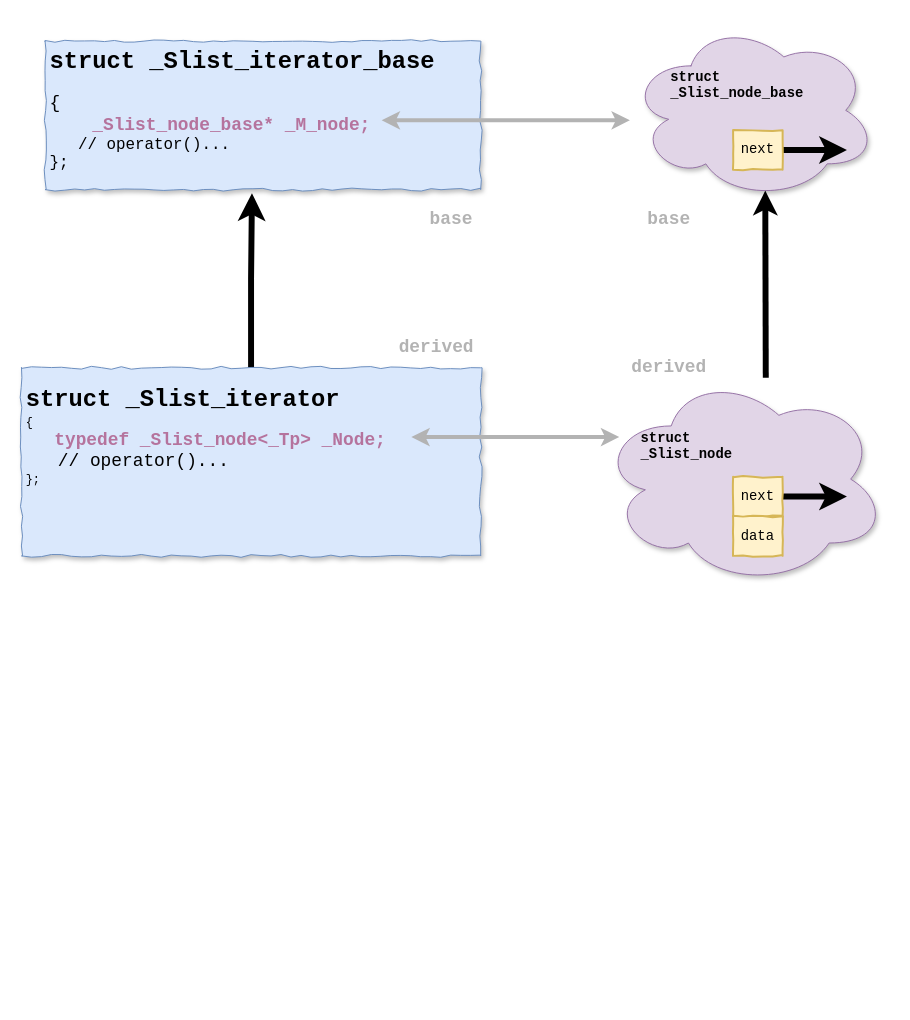
Above: BlogImages/STL/slist-node-and-iterator.drawio in JoyChenNo1/JoyChenNo1.github.io (draw.io), before the change. Source tidied: cells renumbered, new cells numbered last; positions are measured from the earlier drawing's top-left corner, leaving out a move shared by most shapes. Both pictures are drawn from the tidied source at 99%, with x=0, y=0 at pixel (21, 21).
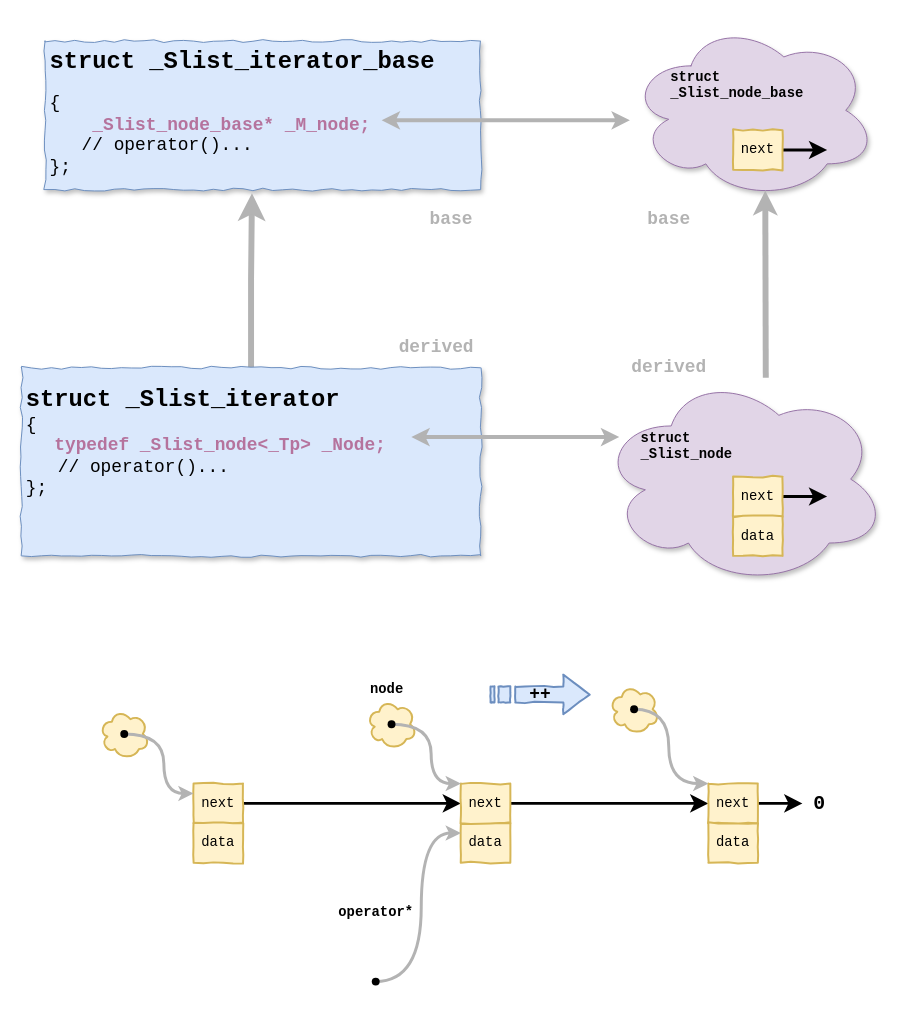
The same page after the edit.

Unchanged cells that the change refers to:
```xml
<mxCell id="7" value="&lt;blockquote style=&quot;margin: 0 0 0 40px ; border: none ; padding: 0px&quot;&gt;&lt;font face=&quot;Courier New&quot; style=&quot;font-size: 14px&quot;&gt;&lt;b&gt;struct&lt;br&gt; _Slist_node_base&lt;/b&gt;&lt;/font&gt;&lt;/blockquote&gt;&lt;blockquote style=&quot;margin: 0 0 0 40px ; border: none ; padding: 0px&quot;&gt;&lt;font face=&quot;Courier New&quot; style=&quot;font-size: 14px&quot;&gt;&lt;b&gt;&lt;br&gt;&lt;/b&gt;&lt;/font&gt;&lt;/blockquote&gt;&lt;blockquote style=&quot;margin: 0 0 0 40px ; border: none ; padding: 0px&quot;&gt;&lt;font face=&quot;Courier New&quot; style=&quot;font-size: 14px&quot;&gt;&lt;b&gt;&lt;br&gt;&lt;/b&gt;&lt;/font&gt;&lt;/blockquote&gt;&lt;blockquote style=&quot;margin: 0 0 0 40px ; border: none ; padding: 0px&quot;&gt;&lt;font face=&quot;Courier New&quot; style=&quot;font-size: 14px&quot;&gt;&lt;b&gt;&lt;br&gt;&lt;/b&gt;&lt;/font&gt;&lt;/blockquote&gt;" style="ellipse;shape=cloud;whiteSpace=wrap;html=1;rounded=1;shadow=1;glass=0;align=left;fillColor=#e1d5e7;strokeColor=#9673a6;comic=1;jiggle=4;" parent="1" vertex="1">
  <mxGeometry x="614" width="250" height="180" as="geometry" />
</mxCell>
<mxCell id="9" value="&lt;font face=&quot;Courier New&quot; style=&quot;font-size: 14px&quot;&gt;next&lt;/font&gt;" style="rounded=0;whiteSpace=wrap;html=1;shadow=0;glass=0;fillColor=#fff2cc;strokeColor=#d6b656;strokeWidth=2;comic=1;jiggle=2;" parent="1" vertex="1">
  <mxGeometry x="719" y="110" width="50" height="40" as="geometry" />
</mxCell>
<mxCell id="14" value="&lt;font face=&quot;Courier New&quot; style=&quot;font-size: 14px&quot;&gt;next&lt;/font&gt;" style="rounded=0;whiteSpace=wrap;html=1;shadow=0;glass=0;fillColor=#fff2cc;strokeColor=#d6b656;strokeWidth=2;comic=1;jiggle=2;" parent="1" vertex="1">
  <mxGeometry x="719" y="460" width="50" height="40" as="geometry" />
</mxCell>
```

Change to the diagram source:
```diff
@@
-    <mxCell id="2" value="&lt;h1&gt;&lt;font face=&quot;Courier New&quot;&gt;struct _Slist_iterator_base&amp;nbsp;&lt;/font&gt;&lt;/h1&gt;&lt;div&gt;&lt;font face=&quot;Courier New&quot; style=&quot;font-size: 18px&quot;&gt;{&lt;/font&gt;&lt;b style=&quot;font-size: 18px ; font-family: &amp;#34;courier new&amp;#34;&quot;&gt;&amp;nbsp;&lt;/b&gt;&lt;/div&gt;&lt;font color=&quot;#b5739d&quot; face=&quot;Courier New&quot;&gt;&lt;span style=&quot;font-size: 18px&quot;&gt;&lt;b&gt;&amp;nbsp; &amp;nbsp; _Slist_node_base* _M_node;&lt;/b&gt;&lt;/span&gt;&lt;/font&gt;&lt;div&gt;&lt;font face=&quot;Courier New&quot; size=&quot;3&quot;&gt;&amp;nbsp; &amp;nbsp;// operator()...&lt;br&gt;&lt;/font&gt;&lt;/div&gt;&lt;div&gt;&lt;font face=&quot;Courier New&quot; size=&quot;3&quot;&gt;};&lt;/font&gt;&lt;/div&gt;" style="text;html=1;strokeColor=#6c8ebf;fillColor=#dae8fc;spacing=5;spacingTop=-20;whiteSpace=wrap;overflow=hidden;rounded=0;shadow=1;glass=0;comic=1;jiggle=3;" parent="1" vertex="1">
+    <mxCell id="2" value="&lt;h1&gt;&lt;font face=&quot;Courier New&quot;&gt;struct _Slist_iterator_base&amp;nbsp;&lt;/font&gt;&lt;/h1&gt;&lt;div&gt;&lt;font face=&quot;Courier New&quot; style=&quot;font-size: 18px&quot;&gt;{&lt;/font&gt;&lt;b style=&quot;font-size: 18px ; font-family: &amp;#34;courier new&amp;#34;&quot;&gt;&amp;nbsp;&lt;/b&gt;&lt;/div&gt;&lt;font color=&quot;#b5739d&quot; face=&quot;Courier New&quot;&gt;&lt;span style=&quot;font-size: 18px&quot;&gt;&lt;b&gt;&amp;nbsp; &amp;nbsp; _Slist_node_base* _M_node;&lt;/b&gt;&lt;/span&gt;&lt;/font&gt;&lt;div&gt;&lt;font face=&quot;Courier New&quot; style=&quot;font-size: 18px&quot;&gt;&amp;nbsp; &amp;nbsp;// operator()...&lt;br&gt;&lt;/font&gt;&lt;/div&gt;&lt;div&gt;&lt;font face=&quot;Courier New&quot; style=&quot;font-size: 18px&quot;&gt;};&lt;/font&gt;&lt;/div&gt;" style="text;html=1;strokeColor=#6c8ebf;fillColor=#dae8fc;spacing=5;spacingTop=-20;whiteSpace=wrap;overflow=hidden;rounded=0;shadow=1;glass=0;comic=1;jiggle=3;" parent="1" vertex="1">
       <mxGeometry x="24" y="20" width="440" height="150" as="geometry" />
     </mxCell>
-    <mxCell id="3" style="edgeStyle=orthogonalEdgeStyle;rounded=0;jettySize=auto;html=1;entryX=0.475;entryY=1.024;entryDx=0;entryDy=0;endSize=9;strokeWidth=6;entryPerimeter=0;" parent="1" edge="1" source="4" target="2">
+    <mxCell id="3" style="edgeStyle=orthogonalEdgeStyle;rounded=0;jettySize=auto;html=1;entryX=0.475;entryY=1.024;entryDx=0;entryDy=0;endSize=9;strokeWidth=6;entryPerimeter=0;strokeColor=#B3B3B3;" parent="1" edge="1" source="4" target="2">
       <mxGeometry relative="1" as="geometry" />
     </mxCell>
-    <mxCell id="4" value="&lt;font face=&quot;Courier New&quot;&gt;&lt;span style=&quot;font-size: 24px&quot;&gt;&lt;b&gt;&lt;br&gt;struct _Slist_iterator&lt;br&gt;&lt;/b&gt;&lt;/span&gt;&lt;/font&gt;&lt;div&gt;&lt;font face=&quot;Courier New&quot;&gt;{&lt;/font&gt;&lt;/div&gt;&lt;div&gt;&lt;font face=&quot;Courier New&quot;&gt;&lt;b&gt;&amp;nbsp; &amp;nbsp; &lt;font style=&quot;font-size: 18px&quot; color=&quot;#b5739d&quot;&gt;typedef _Slist_node&amp;lt;_Tp&amp;gt; _Node;&lt;/font&gt;&lt;/b&gt;&lt;/font&gt;&lt;br&gt;&lt;/div&gt;&lt;div&gt;&lt;font face=&quot;Courier New&quot;&gt;&lt;b&gt;&amp;nbsp; &amp;nbsp;&lt;/b&gt;&lt;font style=&quot;font-size: 18px&quot;&gt; // operator()...&lt;/font&gt;&lt;/font&gt;&lt;/div&gt;&lt;div&gt;&lt;font face=&quot;Courier New&quot;&gt;};&lt;/font&gt;&lt;/div&gt;" style="text;html=1;strokeColor=#6c8ebf;fillColor=#dae8fc;spacing=5;spacingTop=-20;whiteSpace=wrap;overflow=hidden;rounded=0;shadow=1;glass=0;comic=1;jiggle=3;" parent="1" vertex="1">
+    <mxCell id="4" value="&lt;font face=&quot;Courier New&quot;&gt;&lt;span style=&quot;font-size: 24px&quot;&gt;&lt;b&gt;&lt;br&gt;struct _Slist_iterator&lt;br&gt;&lt;/b&gt;&lt;/span&gt;&lt;/font&gt;&lt;div&gt;&lt;font face=&quot;Courier New&quot; style=&quot;font-size: 18px&quot;&gt;{&lt;/font&gt;&lt;/div&gt;&lt;div&gt;&lt;font face=&quot;Courier New&quot;&gt;&lt;b&gt;&amp;nbsp; &amp;nbsp; &lt;font style=&quot;font-size: 18px&quot; color=&quot;#b5739d&quot;&gt;typedef _Slist_node&amp;lt;_Tp&amp;gt; _Node;&lt;/font&gt;&lt;/b&gt;&lt;/font&gt;&lt;br&gt;&lt;/div&gt;&lt;div&gt;&lt;font face=&quot;Courier New&quot;&gt;&lt;b&gt;&amp;nbsp; &amp;nbsp;&lt;/b&gt;&lt;font style=&quot;font-size: 18px&quot;&gt; // operator()...&lt;/font&gt;&lt;/font&gt;&lt;/div&gt;&lt;div&gt;&lt;font face=&quot;Courier New&quot; style=&quot;font-size: 18px&quot;&gt;};&lt;/font&gt;&lt;/div&gt;" style="text;html=1;strokeColor=#6c8ebf;fillColor=#dae8fc;spacing=5;spacingTop=-20;whiteSpace=wrap;overflow=hidden;rounded=0;shadow=1;glass=0;comic=1;jiggle=3;" parent="1" vertex="1">
       <mxGeometry x="0.2" y="350" width="463.8" height="190" as="geometry" />
     </mxCell>
@@
-    <mxCell id="8" style="edgeStyle=orthogonalEdgeStyle;rounded=0;jettySize=auto;html=1;exitX=1;exitY=0.5;exitDx=0;exitDy=0;endSize=9;strokeWidth=6;fillColor=#dae8fc;" parent="1" edge="1" source="9">
+    <mxCell id="8" style="edgeStyle=orthogonalEdgeStyle;rounded=0;jettySize=auto;html=1;exitX=1;exitY=0.5;exitDx=0;exitDy=0;endSize=9;strokeWidth=3;fillColor=#dae8fc;" parent="1" edge="1" source="9">
       <mxGeometry relative="1" as="geometry">
-        <mxPoint x="834" y="130" as="targetPoint" />
+        <mxPoint x="814" y="130" as="targetPoint" />
       </mxGeometry>
     </mxCell>
@@
-    <mxCell id="11" style="rounded=0;jettySize=auto;html=1;entryX=0.55;entryY=0.95;entryDx=0;entryDy=0;entryPerimeter=0;strokeWidth=6;" parent="1" edge="1" target="7">
+    <mxCell id="11" style="rounded=0;jettySize=auto;html=1;entryX=0.55;entryY=0.95;entryDx=0;entryDy=0;entryPerimeter=0;strokeWidth=6;strokeColor=#B3B3B3;" parent="1" edge="1" target="7">
       <mxGeometry relative="1" as="geometry">
         <mxPoint x="752" y="360" as="sourcePoint" />
       </mxGeometry>
     </mxCell>
@@
-    <mxCell id="13" style="edgeStyle=orthogonalEdgeStyle;rounded=0;jettySize=auto;html=1;exitX=1;exitY=0.5;exitDx=0;exitDy=0;endSize=9;strokeWidth=6;" parent="1" edge="1" source="14">
+    <mxCell id="13" style="edgeStyle=orthogonalEdgeStyle;rounded=0;jettySize=auto;html=1;exitX=1;exitY=0.5;exitDx=0;exitDy=0;endSize=9;strokeWidth=3;" parent="1" edge="1" source="14">
       <mxGeometry relative="1" as="geometry">
-        <mxPoint x="834" y="480" as="targetPoint" />
+        <mxPoint x="814" y="480" as="targetPoint" />
       </mxGeometry>
     </mxCell>
@@
+    <mxCell id="19" style="edgeStyle=orthogonalEdgeStyle;rounded=0;jettySize=auto;html=1;exitX=1;exitY=0.5;exitDx=0;exitDy=0;endSize=9;strokeWidth=3;entryX=0;entryY=0.5;entryDx=0;entryDy=0;" parent="1" edge="1" source="20" target="23">
+      <mxGeometry relative="1" as="geometry" />
+    </mxCell>
+    <mxCell id="20" value="&lt;font face=&quot;Courier New&quot; style=&quot;font-size: 14px&quot;&gt;next&lt;/font&gt;" style="rounded=0;whiteSpace=wrap;html=1;shadow=0;glass=0;fillColor=#fff2cc;strokeColor=#d6b656;strokeWidth=2;comic=1;jiggle=2;" parent="1" vertex="1">
+      <mxGeometry x="174" y="770" width="50" height="40" as="geometry" />
+    </mxCell>
+    <mxCell id="21" value="&lt;font face=&quot;Courier New&quot; style=&quot;font-size: 14px&quot;&gt;data&lt;/font&gt;" style="rounded=0;whiteSpace=wrap;html=1;shadow=0;glass=0;fillColor=#fff2cc;strokeColor=#d6b656;strokeWidth=2;comic=1;jiggle=2;" parent="1" vertex="1">
+      <mxGeometry x="174" y="810" width="50" height="40" as="geometry" />
+    </mxCell>
+    <mxCell id="22" style="edgeStyle=orthogonalEdgeStyle;rounded=0;jettySize=auto;html=1;exitX=1;exitY=0.5;exitDx=0;exitDy=0;endSize=9;strokeWidth=3;entryX=0;entryY=0.5;entryDx=0;entryDy=0;" parent="1" edge="1" source="23" target="26">
+      <mxGeometry relative="1" as="geometry" />
+    </mxCell>
+    <mxCell id="23" value="&lt;font face=&quot;Courier New&quot; style=&quot;font-size: 14px&quot;&gt;next&lt;/font&gt;" style="rounded=0;whiteSpace=wrap;html=1;shadow=0;glass=0;fillColor=#fff2cc;strokeColor=#d6b656;strokeWidth=2;comic=1;jiggle=2;" parent="1" vertex="1">
+      <mxGeometry x="444" y="770" width="50" height="40" as="geometry" />
+    </mxCell>
+    <mxCell id="24" value="&lt;font face=&quot;Courier New&quot; style=&quot;font-size: 14px&quot;&gt;data&lt;/font&gt;" style="rounded=0;whiteSpace=wrap;html=1;shadow=0;glass=0;fillColor=#fff2cc;strokeColor=#d6b656;strokeWidth=2;comic=1;jiggle=2;" parent="1" vertex="1">
+      <mxGeometry x="444" y="810" width="50" height="40" as="geometry" />
+    </mxCell>
+    <mxCell id="25" style="edgeStyle=orthogonalEdgeStyle;rounded=0;jettySize=auto;html=1;exitX=1;exitY=0.5;exitDx=0;exitDy=0;endSize=9;strokeWidth=3;" parent="1" edge="1" source="26">
+      <mxGeometry relative="1" as="geometry">
+        <mxPoint x="789" y="790" as="targetPoint" />
+      </mxGeometry>
+    </mxCell>
+    <mxCell id="26" value="&lt;font face=&quot;Courier New&quot; style=&quot;font-size: 14px&quot;&gt;next&lt;/font&gt;" style="rounded=0;whiteSpace=wrap;html=1;shadow=0;glass=0;fillColor=#fff2cc;strokeColor=#d6b656;strokeWidth=2;comic=1;jiggle=2;" parent="1" vertex="1">
+      <mxGeometry x="694" y="770" width="50" height="40" as="geometry" />
+    </mxCell>
+    <mxCell id="27" value="&lt;font face=&quot;Courier New&quot; style=&quot;font-size: 14px&quot;&gt;data&lt;/font&gt;" style="rounded=0;whiteSpace=wrap;html=1;shadow=0;glass=0;fillColor=#fff2cc;strokeColor=#d6b656;strokeWidth=2;comic=1;jiggle=2;" parent="1" vertex="1">
+      <mxGeometry x="694" y="810" width="50" height="40" as="geometry" />
+    </mxCell>
+    <mxCell id="28" style="ellipse;shape=cloud;whiteSpace=wrap;html=1;rounded=0;shadow=0;glass=0;comic=1;jiggle=2;strokeWidth=2;fillColor=#fff2cc;strokeColor=#d6b656;" parent="1" vertex="1">
+      <mxGeometry x="79" y="695" width="50" height="50" as="geometry" />
+    </mxCell>
+    <mxCell id="29" style="edgeStyle=orthogonalEdgeStyle;rounded=0;jettySize=auto;html=1;startArrow=none;startFill=0;strokeColor=#B3B3B3;strokeWidth=3;curved=1;entryX=0;entryY=0.25;entryDx=0;entryDy=0;" parent="1" edge="1" source="30" target="20">
+      <mxGeometry relative="1" as="geometry">
+        <Array as="points">
+          <mxPoint x="144" y="720" />
+          <mxPoint x="144" y="780" />
+        </Array>
+      </mxGeometry>
+    </mxCell>
+    <mxCell id="30" style="shape=waypoint;sketch=0;fillStyle=solid;size=6;points=[];fillColor=none;perimeter=centerPerimeter;snapToPoint=1;rounded=0;shadow=0;glass=0;comic=1;jiggle=2;strokeWidth=2;" parent="1" vertex="1">
+      <mxGeometry x="84" y="700" width="40" height="40" as="geometry" />
+    </mxCell>
+    <mxCell id="31" value="&lt;b&gt;&lt;font face=&quot;Courier New&quot; style=&quot;font-size: 20px&quot;&gt;0&lt;/font&gt;&lt;/b&gt;" style="text;html=1;align=center;verticalAlign=middle;strokeColor=none;" parent="1" vertex="1">
+      <mxGeometry x="791" y="780" width="30" height="20" as="geometry" />
+    </mxCell>
+    <mxCell id="32" style="ellipse;shape=cloud;whiteSpace=wrap;html=1;rounded=0;shadow=0;glass=0;comic=1;jiggle=2;strokeWidth=2;fillColor=#fff2cc;strokeColor=#d6b656;" parent="1" vertex="1">
+      <mxGeometry x="594" y="670" width="50" height="50" as="geometry" />
+    </mxCell>
+    <mxCell id="33" style="edgeStyle=orthogonalEdgeStyle;rounded=0;jettySize=auto;html=1;startArrow=none;startFill=0;strokeColor=#B3B3B3;strokeWidth=3;curved=1;entryX=0;entryY=0;entryDx=0;entryDy=0;" parent="1" edge="1" source="34" target="26">
+      <mxGeometry relative="1" as="geometry">
+        <Array as="points">
+          <mxPoint x="654" y="695" />
+          <mxPoint x="654" y="770" />
+        </Array>
+      </mxGeometry>
+    </mxCell>
+    <mxCell id="34" style="shape=waypoint;sketch=0;fillStyle=solid;size=6;points=[];fillColor=none;perimeter=centerPerimeter;snapToPoint=1;rounded=0;shadow=0;glass=0;comic=1;jiggle=2;strokeWidth=2;" parent="1" vertex="1">
+      <mxGeometry x="599" y="675" width="40" height="40" as="geometry" />
+    </mxCell>
+    <mxCell id="35" style="edgeStyle=orthogonalEdgeStyle;curved=1;rounded=0;jettySize=auto;html=1;entryX=0;entryY=0.25;entryDx=0;entryDy=0;startArrow=none;startFill=0;strokeColor=#B3B3B3;strokeWidth=3;" parent="1" edge="1" source="36" target="24">
+      <mxGeometry relative="1" as="geometry">
+        <Array as="points">
+          <mxPoint x="404" y="970" />
+          <mxPoint x="404" y="820" />
+        </Array>
+      </mxGeometry>
+    </mxCell>
+    <mxCell id="36" style="shape=waypoint;sketch=0;fillStyle=solid;size=6;points=[];fillColor=none;perimeter=centerPerimeter;snapToPoint=1;rounded=0;shadow=0;glass=0;comic=1;jiggle=2;strokeWidth=2;" parent="1" vertex="1">
+      <mxGeometry x="338" y="950" width="40" height="40" as="geometry" />
+    </mxCell>
+    <mxCell id="37" value="&lt;font face=&quot;Courier New&quot; style=&quot;font-size: 14px&quot;&gt;&lt;b&gt;operator*&lt;/b&gt;&lt;/font&gt;" style="text;html=1;align=center;verticalAlign=middle;strokeColor=none;" parent="1" vertex="1">
+      <mxGeometry x="313" y="890" width="90" height="20" as="geometry" />
+    </mxCell>
+    <mxCell id="38" value="&lt;font face=&quot;Courier New&quot; style=&quot;font-size: 18px&quot;&gt;&lt;b&gt;++&lt;/b&gt;&lt;/font&gt;" style="html=1;shadow=0;dashed=0;align=center;verticalAlign=middle;shape=mxgraph.arrows2.stripedArrow;dy=0.6;dx=26.5;notch=25;rounded=0;glass=0;comic=1;jiggle=2;strokeWidth=2;fillColor=#dae8fc;strokeColor=#6c8ebf;" parent="1" vertex="1">
+      <mxGeometry x="474" y="660" width="100" height="40" as="geometry" />
+    </mxCell>
+    <mxCell id="39" style="ellipse;shape=cloud;whiteSpace=wrap;html=1;rounded=0;shadow=0;glass=0;comic=1;jiggle=2;strokeWidth=2;fillColor=#fff2cc;strokeColor=#d6b656;" parent="1" vertex="1">
+      <mxGeometry x="349" y="685" width="50" height="50" as="geometry" />
+    </mxCell>
+    <mxCell id="40" style="edgeStyle=orthogonalEdgeStyle;rounded=0;jettySize=auto;html=1;startArrow=none;startFill=0;strokeColor=#B3B3B3;strokeWidth=3;curved=1;entryX=0;entryY=0.25;entryDx=0;entryDy=0;" parent="1" edge="1" source="41">
+      <mxGeometry relative="1" as="geometry">
+        <mxPoint x="444" y="770" as="targetPoint" />
+        <Array as="points">
+          <mxPoint x="414" y="710" />
+          <mxPoint x="414" y="770" />
+        </Array>
+      </mxGeometry>
+    </mxCell>
+    <mxCell id="41" style="shape=waypoint;sketch=0;fillStyle=solid;size=6;points=[];fillColor=none;perimeter=centerPerimeter;snapToPoint=1;rounded=0;shadow=0;glass=0;comic=1;jiggle=2;strokeWidth=2;" parent="1" vertex="1">
+      <mxGeometry x="354" y="690" width="40" height="40" as="geometry" />
+    </mxCell>
+    <mxCell id="42" value="&lt;font style=&quot;font-size: 14px&quot; face=&quot;Courier New&quot;&gt;&lt;b&gt;node&lt;/b&gt;&lt;/font&gt;" style="text;html=1;align=center;verticalAlign=middle;strokeColor=none;" parent="1" vertex="1">
+      <mxGeometry x="344" y="665" width="50" height="20" as="geometry" />
+    </mxCell>
```
